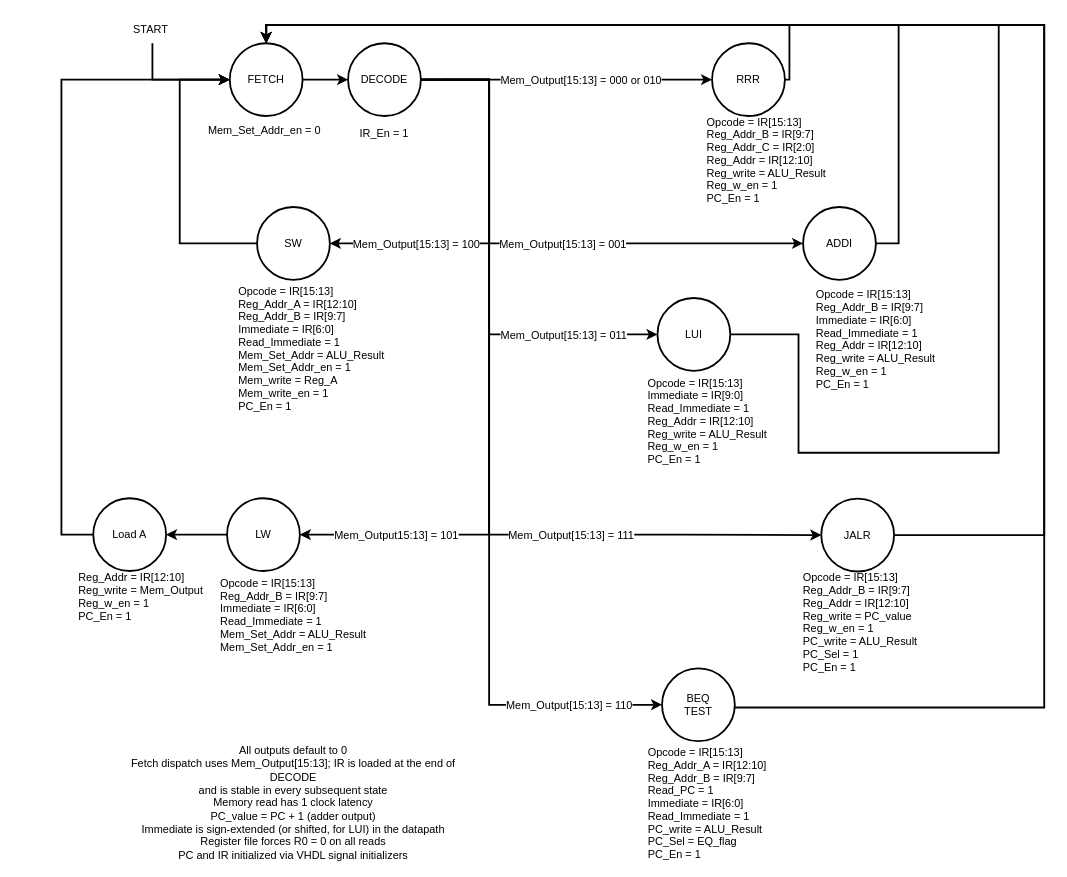
Earlier version of the draw.io diagram docs/diagrams/XML_Files/Controller_FSM.drawio (adityab7106/RiSC-16). Source tidied: cells renumbered, new cells numbered last; positions are measured from the earlier drawing's top-left corner, leaving out a move shared by most shapes. Both pictures are drawn from the tidied source at 91%, with x=0, y=0 at pixel (15, 15).
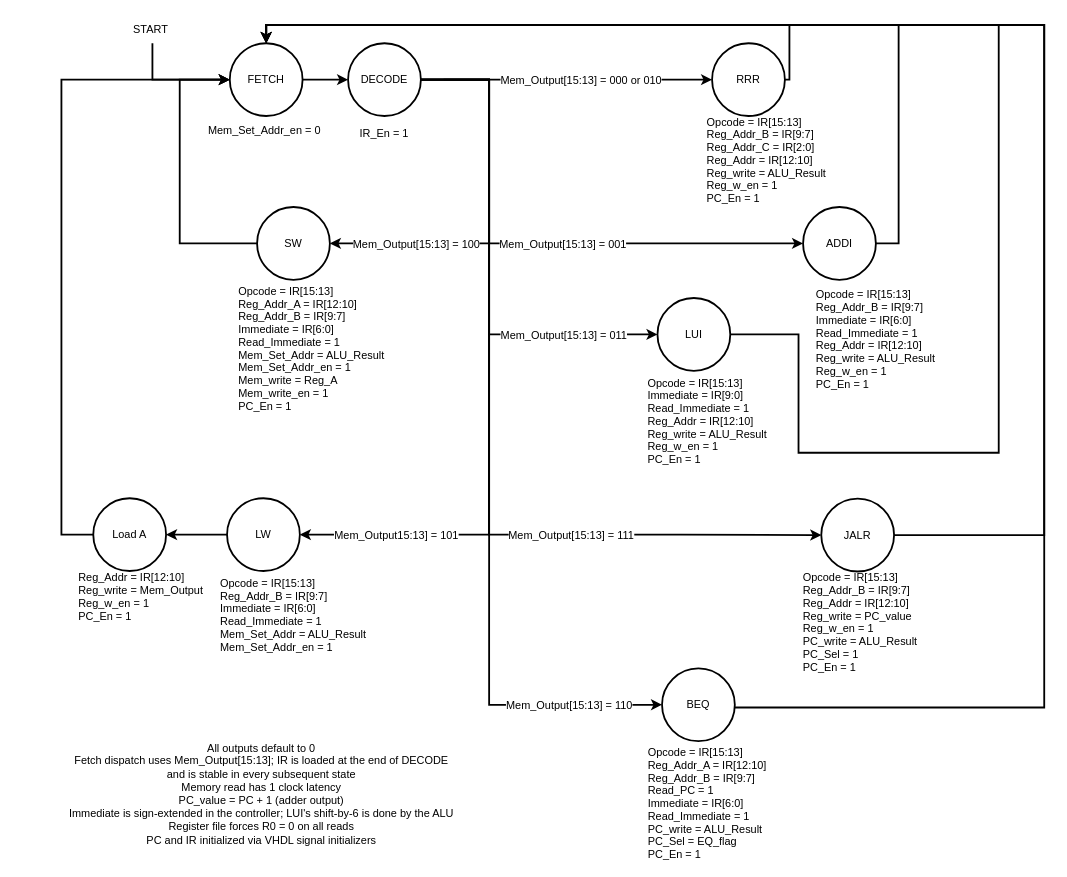
The same diagram, later.

Commit message (it also covers changes not shown here):
Controller VHDL V1.0

The change refers to these unchanged cells:
```xml
<mxCell id="28" style="group;strokeWidth=2;" parent="1" vertex="1">
  <mxGeometry x="625" y="717" width="270" height="113" as="geometry" />
</mxCell>
```

Diff of the diagram source:
```diff
@@
-    <mxCell id="29" value="BEQ&lt;br&gt;TEST" style="ellipse;whiteSpace=wrap;html=1;shapeInside=1;strokeWidth=2;" parent="28" vertex="1">
+    <mxCell id="29" value="BEQ" style="ellipse;whiteSpace=wrap;html=1;shapeInside=1;strokeWidth=2;" parent="28" vertex="1">
       <mxGeometry x="85" width="80" height="80" as="geometry" />
     </mxCell>
@@
-    <mxCell id="55" value="&lt;div&gt;All outputs default to 0&lt;/div&gt;&lt;div&gt;Fetch dispatch uses Mem_Output[15:13]; IR is loaded at the end of DECODE&lt;/div&gt;&lt;div&gt;and is stable in every subsequent state&lt;/div&gt;&lt;div&gt;Memory read has 1 clock latency&lt;/div&gt;&lt;div&gt;PC_value = PC + 1 (adder output)&lt;/div&gt;&lt;div&gt;Immediate is sign-extended (or shifted, for LUI) in the datapath&lt;/div&gt;&lt;div&gt;Register file forces R0 = 0 on all reads&lt;/div&gt;&lt;div&gt;PC and IR initialized via VHDL signal initializers&lt;/div&gt;" style="text;html=1;whiteSpace=wrap;strokeColor=none;fillColor=none;align=center;verticalAlign=middle;rounded=0;" parent="1" vertex="1">
-      <mxGeometry x="100" y="850" width="410" height="30" as="geometry" />
+    <mxCell id="55" value="&lt;div&gt;All outputs default to 0&lt;/div&gt;&lt;div&gt;Fetch dispatch uses Mem_Output[15:13]; IR is loaded at the end of DECODE&lt;/div&gt;&lt;div&gt;and is stable in every subsequent state&lt;/div&gt;&lt;div&gt;Memory read has 1 clock latency&lt;/div&gt;&lt;div&gt;PC_value = PC + 1 (adder output)&lt;/div&gt;&lt;div&gt;Immediate is sign-extended in the controller; LUI's shift-by-6 is done by the ALU&lt;/div&gt;&lt;div&gt;Register file forces R0 = 0 on all reads&lt;/div&gt;&lt;div&gt;PC and IR initialized via VHDL signal initializers&lt;/div&gt;" style="text;html=1;whiteSpace=wrap;strokeColor=none;fillColor=none;align=center;verticalAlign=middle;rounded=0;" parent="1" vertex="1">
+      <mxGeometry x="20" y="840" width="500" height="30" as="geometry" />
     </mxCell>
```
